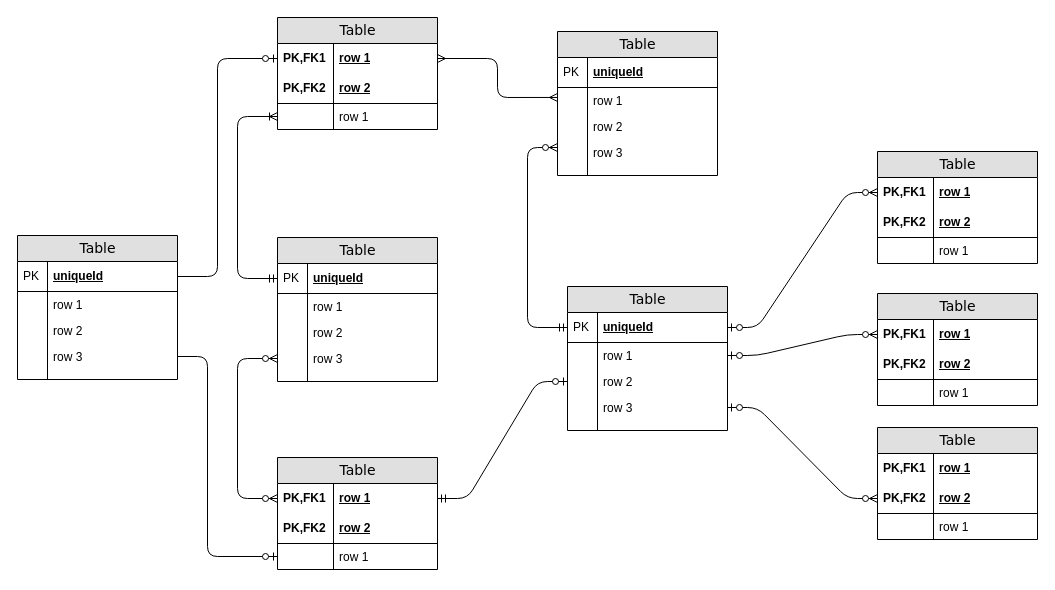
Before: Untitled Diagram.drawio in Ashwin-Raj18/arch-diagram, a draw.io diagram. Source tidied: cells renumbered, new cells numbered last; positions are measured from the earlier drawing's top-left corner, leaving out a move shared by most shapes. Both pictures are drawn from the tidied source at 100%, with x=0, y=0 at pixel (17, 17).
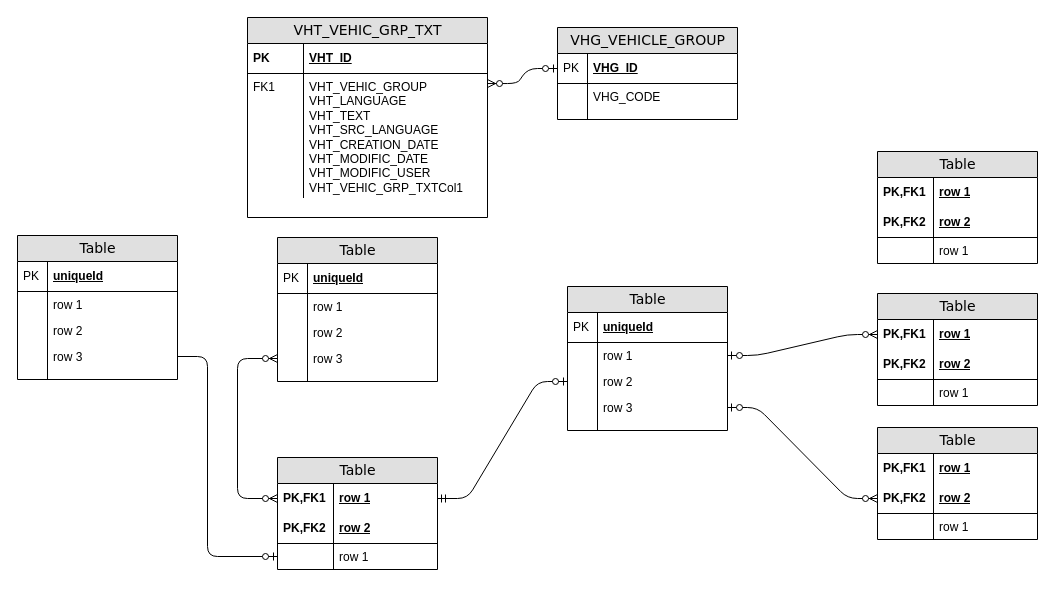
The same page after the edit.

The change refers to these unchanged cells:
```xml
<mxCell id="21" value="uniqueId" style="shape=partialRectangle;top=0;left=0;right=0;bottom=1;html=1;align=left;verticalAlign=middle;fillColor=none;spacingLeft=34;spacingRight=4;whiteSpace=wrap;overflow=hidden;points=[[0,0.5],[1,0.5]];portConstraint=eastwest;fontStyle=5;" parent="20" vertex="1">
  <mxGeometry y="26" width="160" height="30" as="geometry" />
</mxCell>
<mxCell id="32" value="uniqueId" style="shape=partialRectangle;top=0;left=0;right=0;bottom=1;html=1;align=left;verticalAlign=middle;fillColor=none;spacingLeft=34;spacingRight=4;whiteSpace=wrap;overflow=hidden;points=[[0,0.5],[1,0.5]];portConstraint=eastwest;fontStyle=5;" parent="31" vertex="1">
  <mxGeometry y="26" width="160" height="30" as="geometry" />
</mxCell>
<mxCell id="43" value="row 1" style="shape=partialRectangle;top=0;left=0;right=0;bottom=0;html=1;align=left;verticalAlign=middle;fillColor=none;spacingLeft=60;spacingRight=4;whiteSpace=wrap;overflow=hidden;points=[[0,0.5],[1,0.5]];portConstraint=eastwest;fontStyle=5;" parent="42" vertex="1">
  <mxGeometry y="26" width="160" height="30" as="geometry" />
</mxCell>
<mxCell id="79" value="uniqueId" style="shape=partialRectangle;top=0;left=0;right=0;bottom=1;html=1;align=left;verticalAlign=middle;fillColor=none;spacingLeft=34;spacingRight=4;whiteSpace=wrap;overflow=hidden;points=[[0,0.5],[1,0.5]];portConstraint=eastwest;fontStyle=5;" parent="78" vertex="1">
  <mxGeometry y="26" width="160" height="30" as="geometry" />
</mxCell>
```

What changed in the source:
```diff
@@
-    <mxCell id="2" value="Table" style="swimlane;html=1;fontStyle=0;horizontal=1;startSize=26;fillColor=#e0e0e0;swimlaneFillColor=#ffffff;align=center;rounded=0;shadow=0;comic=0;labelBackgroundColor=none;strokeWidth=1;fontFamily=Verdana;fontSize=14;" parent="1" vertex="1">
-      <mxGeometry x="260" width="160" height="112" as="geometry" />
+    <mxCell id="2" value="VHT_VEHIC_GRP_TXT" style="swimlane;html=1;fontStyle=0;horizontal=1;startSize=26;fillColor=#e0e0e0;swimlaneFillColor=#ffffff;align=center;rounded=0;shadow=0;comic=0;labelBackgroundColor=none;strokeWidth=1;fontFamily=Verdana;fontSize=14;" parent="1" vertex="1">
+      <mxGeometry x="230" width="240" height="200" as="geometry" />
     </mxCell>
-    <mxCell id="3" value="row 1" style="shape=partialRectangle;top=0;left=0;right=0;bottom=0;html=1;align=left;verticalAlign=middle;fillColor=none;spacingLeft=60;spacingRight=4;whiteSpace=wrap;overflow=hidden;points=[[0,0.5],[1,0.5]];portConstraint=eastwest;fontStyle=5;" parent="2" vertex="1">
-      <mxGeometry y="26" width="160" height="30" as="geometry" />
-    </mxCell>
-    <mxCell id="4" value="PK,FK1" style="shape=partialRectangle;fontStyle=1;top=0;left=0;bottom=0;html=1;fillColor=none;align=left;verticalAlign=middle;spacingLeft=4;spacingRight=4;whiteSpace=wrap;overflow=hidden;" parent="3" vertex="1">
-      <mxGeometry width="56" height="30" as="geometry" />
-    </mxCell>
-    <mxCell id="5" value="row 2" style="shape=partialRectangle;top=0;left=0;right=0;bottom=1;html=1;align=left;verticalAlign=middle;fillColor=none;spacingLeft=60;spacingRight=4;whiteSpace=wrap;overflow=hidden;fontStyle=5;" parent="2" vertex="1">
-      <mxGeometry y="56" width="160" height="30" as="geometry" />
+    <mxCell id="5" value="VHT_ID" style="shape=partialRectangle;top=0;left=0;right=0;bottom=1;html=1;align=left;verticalAlign=middle;fillColor=none;spacingLeft=60;spacingRight=4;whiteSpace=wrap;overflow=hidden;fontStyle=5;" parent="2" vertex="1">
+      <mxGeometry y="26" width="240" height="30" as="geometry" />
     </mxCell>
-    <mxCell id="6" value="PK,FK2" style="shape=partialRectangle;fontStyle=1;top=0;left=0;bottom=0;html=1;fillColor=none;align=left;verticalAlign=middle;spacingLeft=4;spacingRight=4;whiteSpace=wrap;overflow=hidden;" parent="5" vertex="1">
+    <mxCell id="6" value="PK" style="shape=partialRectangle;fontStyle=1;top=0;left=0;bottom=0;html=1;fillColor=none;align=left;verticalAlign=middle;spacingLeft=4;spacingRight=4;whiteSpace=wrap;overflow=hidden;" parent="5" vertex="1">
       <mxGeometry width="56" height="30" as="geometry" />
     </mxCell>
-    <mxCell id="7" value="row 1" style="shape=partialRectangle;top=0;left=0;right=0;bottom=0;html=1;align=left;verticalAlign=top;fillColor=none;spacingLeft=60;spacingRight=4;whiteSpace=wrap;overflow=hidden;points=[[0,0.5],[1,0.5]];portConstraint=eastwest;" parent="2" vertex="1">
-      <mxGeometry y="86" width="160" height="26" as="geometry" />
+    <mxCell id="7" value="VHT_VEHIC_GROUP&lt;br/&gt;VHT_LANGUAGE&lt;br/&gt;VHT_TEXT&lt;br/&gt;VHT_SRC_LANGUAGE&lt;br/&gt;VHT_CREATION_DATE&lt;br/&gt;VHT_MODIFIC_DATE&lt;br/&gt;VHT_MODIFIC_USER&lt;br/&gt;VHT_VEHIC_GRP_TXTCol1" style="shape=partialRectangle;top=0;left=0;right=0;bottom=0;html=1;align=left;verticalAlign=top;fillColor=none;spacingLeft=60;spacingRight=4;whiteSpace=wrap;overflow=hidden;points=[[0,0.5],[1,0.5]];portConstraint=eastwest;" parent="2" vertex="1">
+      <mxGeometry y="56" width="240" height="124" as="geometry" />
     </mxCell>
-    <mxCell id="8" style="shape=partialRectangle;top=0;left=0;bottom=0;html=1;fillColor=none;align=left;verticalAlign=top;spacingLeft=4;spacingRight=4;whiteSpace=wrap;overflow=hidden;" parent="7" vertex="1">
-      <mxGeometry width="56" height="26" as="geometry" />
+    <mxCell id="8" value="FK1" style="shape=partialRectangle;top=0;left=0;bottom=0;html=1;fillColor=none;align=left;verticalAlign=top;spacingLeft=4;spacingRight=4;whiteSpace=wrap;overflow=hidden;" parent="7" vertex="1">
+      <mxGeometry width="56" height="124" as="geometry" />
     </mxCell>
-    <mxCell id="9" value="Table" style="swimlane;html=1;fontStyle=0;horizontal=1;startSize=26;fillColor=#e0e0e0;swimlaneFillColor=#ffffff;align=center;rounded=0;shadow=0;comic=0;labelBackgroundColor=none;strokeWidth=1;fontFamily=Verdana;fontSize=14;swimlaneLine=1;" parent="1" vertex="1">
-      <mxGeometry x="540" y="14" width="160" height="144" as="geometry" />
+    <mxCell id="9" value="VHG_VEHICLE_GROUP&lt;br/&gt;" style="swimlane;html=1;fontStyle=0;horizontal=1;startSize=26;fillColor=#e0e0e0;swimlaneFillColor=#ffffff;align=center;rounded=0;shadow=0;comic=0;labelBackgroundColor=none;strokeWidth=1;fontFamily=Verdana;fontSize=14;swimlaneLine=1;" parent="1" vertex="1">
+      <mxGeometry x="540" y="10" width="180" height="92" as="geometry" />
     </mxCell>
-    <mxCell id="10" value="uniqueId" style="shape=partialRectangle;top=0;left=0;right=0;bottom=1;html=1;align=left;verticalAlign=middle;fillColor=none;spacingLeft=34;spacingRight=4;whiteSpace=wrap;overflow=hidden;points=[[0,0.5],[1,0.5]];portConstraint=eastwest;fontStyle=5;" parent="9" vertex="1">
-      <mxGeometry y="26" width="160" height="30" as="geometry" />
+    <mxCell id="10" value="VHG_ID" style="shape=partialRectangle;top=0;left=0;right=0;bottom=1;html=1;align=left;verticalAlign=middle;fillColor=none;spacingLeft=34;spacingRight=4;whiteSpace=wrap;overflow=hidden;points=[[0,0.5],[1,0.5]];portConstraint=eastwest;fontStyle=5;" parent="9" vertex="1">
+      <mxGeometry y="26" width="180" height="30" as="geometry" />
     </mxCell>
@@
-    <mxCell id="12" value="row 1" style="shape=partialRectangle;top=0;left=0;right=0;bottom=0;html=1;align=left;verticalAlign=top;fillColor=none;spacingLeft=34;spacingRight=4;whiteSpace=wrap;overflow=hidden;points=[[0,0.5],[1,0.5]];portConstraint=eastwest;" parent="9" vertex="1">
-      <mxGeometry y="56" width="160" height="26" as="geometry" />
+    <mxCell id="12" value="VHG_CODE" style="shape=partialRectangle;top=0;left=0;right=0;bottom=0;html=1;align=left;verticalAlign=top;fillColor=none;spacingLeft=34;spacingRight=4;whiteSpace=wrap;overflow=hidden;points=[[0,0.5],[1,0.5]];portConstraint=eastwest;" parent="9" vertex="1">
+      <mxGeometry y="56" width="180" height="26" as="geometry" />
     </mxCell>
@@
-    <mxCell id="14" value="row 2" style="shape=partialRectangle;top=0;left=0;right=0;bottom=0;html=1;align=left;verticalAlign=top;fillColor=none;spacingLeft=34;spacingRight=4;whiteSpace=wrap;overflow=hidden;" parent="9" vertex="1">
-      <mxGeometry y="82" width="160" height="26" as="geometry" />
-    </mxCell>
-    <mxCell id="15" style="shape=partialRectangle;top=0;left=0;bottom=0;html=1;fillColor=none;align=left;verticalAlign=top;spacingLeft=4;spacingRight=4;whiteSpace=wrap;overflow=hidden;" parent="14" vertex="1">
-      <mxGeometry width="30" height="26" as="geometry" />
-    </mxCell>
-    <mxCell id="16" value="row 3" style="shape=partialRectangle;top=0;left=0;right=0;bottom=0;html=1;align=left;verticalAlign=top;fillColor=none;spacingLeft=34;spacingRight=4;whiteSpace=wrap;overflow=hidden;points=[[0,0.5],[1,0.5]];portConstraint=eastwest;" parent="9" vertex="1">
-      <mxGeometry y="108" width="160" height="26" as="geometry" />
-    </mxCell>
-    <mxCell id="17" style="shape=partialRectangle;top=0;left=0;bottom=0;html=1;fillColor=none;align=left;verticalAlign=top;spacingLeft=4;spacingRight=4;whiteSpace=wrap;overflow=hidden;" parent="16" vertex="1">
-      <mxGeometry width="30" height="26" as="geometry" />
-    </mxCell>
     <mxCell id="18" style="shape=partialRectangle;top=0;left=0;right=0;bottom=0;html=1;align=left;verticalAlign=top;fillColor=none;spacingLeft=34;spacingRight=4;whiteSpace=wrap;overflow=hidden;" parent="9" vertex="1">
-      <mxGeometry y="134" width="160" height="10" as="geometry" />
+      <mxGeometry y="82" width="180" height="10" as="geometry" />
     </mxCell>
@@
-    <mxCell id="56" style="edgeStyle=orthogonalEdgeStyle;html=1;endArrow=ERoneToMany;startArrow=ERmandOne;labelBackgroundColor=none;fontFamily=Verdana;fontSize=14;entryX=0;entryY=0.5;exitX=0;exitY=0.5;" parent="1" edge="1" source="21" target="7">
-      <mxGeometry relative="1" as="geometry">
-        <Array as="points">
-          <mxPoint x="220" y="261" />
-          <mxPoint x="220" y="99" />
-        </Array>
-      </mxGeometry>
-    </mxCell>
@@
-    <mxCell id="58" style="edgeStyle=orthogonalEdgeStyle;html=1;endArrow=ERmany;startArrow=ERmany;labelBackgroundColor=none;fontFamily=Verdana;fontSize=14;entryX=1;entryY=0.5;exitX=0;exitY=0.383;exitPerimeter=0;" parent="1" edge="1" source="12" target="3">
-      <mxGeometry relative="1" as="geometry">
-        <Array as="points">
-          <mxPoint x="480" y="80" />
-          <mxPoint x="480" y="41" />
-        </Array>
-      </mxGeometry>
-    </mxCell>
-    <mxCell id="59" style="edgeStyle=orthogonalEdgeStyle;html=1;endArrow=ERzeroToMany;startArrow=ERmandOne;labelBackgroundColor=none;fontFamily=Verdana;fontSize=14;entryX=0;entryY=0.308;entryPerimeter=0;exitX=0;exitY=0.5;" parent="1" edge="1" source="32" target="16">
-      <mxGeometry relative="1" as="geometry">
-        <Array as="points">
-          <mxPoint x="510" y="310" />
-          <mxPoint x="510" y="130" />
-        </Array>
-      </mxGeometry>
-    </mxCell>
@@
-    <mxCell id="61" style="edgeStyle=entityRelationEdgeStyle;html=1;endArrow=ERzeroToMany;startArrow=ERzeroToOne;labelBackgroundColor=none;fontFamily=Verdana;fontSize=14;entryX=0;entryY=0.5;exitX=1;exitY=0.5;" parent="1" edge="1" source="32" target="43">
+    <mxCell id="61" style="edgeStyle=entityRelationEdgeStyle;html=1;endArrow=ERzeroToMany;startArrow=ERzeroToOne;labelBackgroundColor=none;fontFamily=Verdana;fontSize=14;entryX=1;entryY=0.081;exitX=0;exitY=0.5;entryDx=0;entryDy=0;entryPerimeter=0;exitDx=0;exitDy=0;" parent="1" edge="1" source="10" target="7">
       <mxGeometry relative="1" as="geometry" />
     </mxCell>
@@
-    <mxCell id="89" style="edgeStyle=orthogonalEdgeStyle;html=1;endArrow=ERzeroToOne;endFill=1;labelBackgroundColor=none;fontFamily=Verdana;fontSize=14;entryX=0;entryY=0.5;exitX=1;exitY=0.5;" parent="1" edge="1" source="79" target="3">
-      <mxGeometry relative="1" as="geometry">
-        <Array as="points">
-          <mxPoint x="200" y="259" />
-          <mxPoint x="200" y="41" />
-        </Array>
-      </mxGeometry>
-    </mxCell>
```
